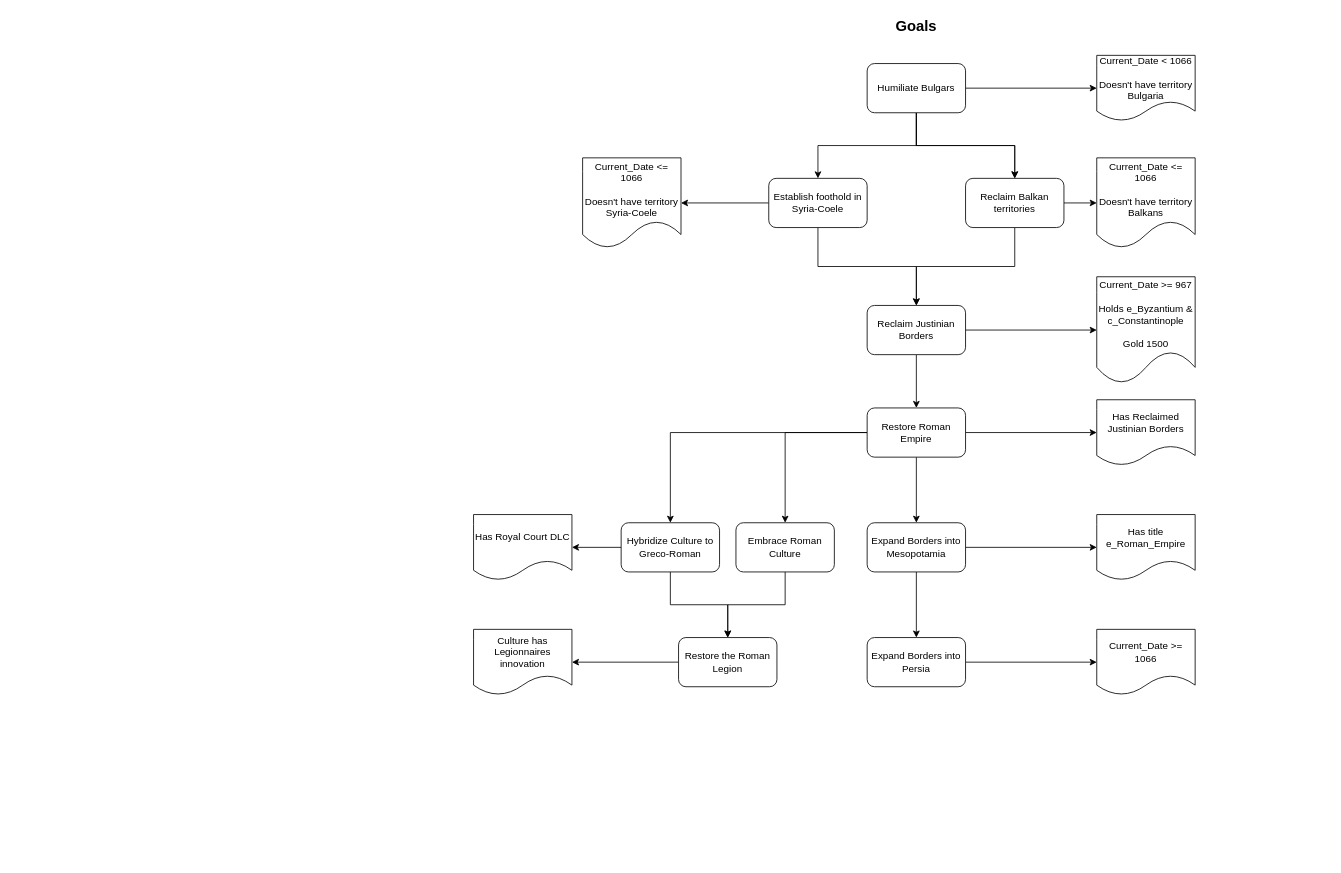
Earlier version of the draw.io diagram page "Goals" (1 of 2) of Decisions.drawio (MarsRedRover/Better-Rhomaioi). Source tidied: cells renumbered, new cells numbered last; positions are measured from the earlier drawing's top-left corner, leaving out a move shared by most shapes. Both pictures are drawn from the tidied source at 82%, with x=0, y=0 at pixel (473, 14).
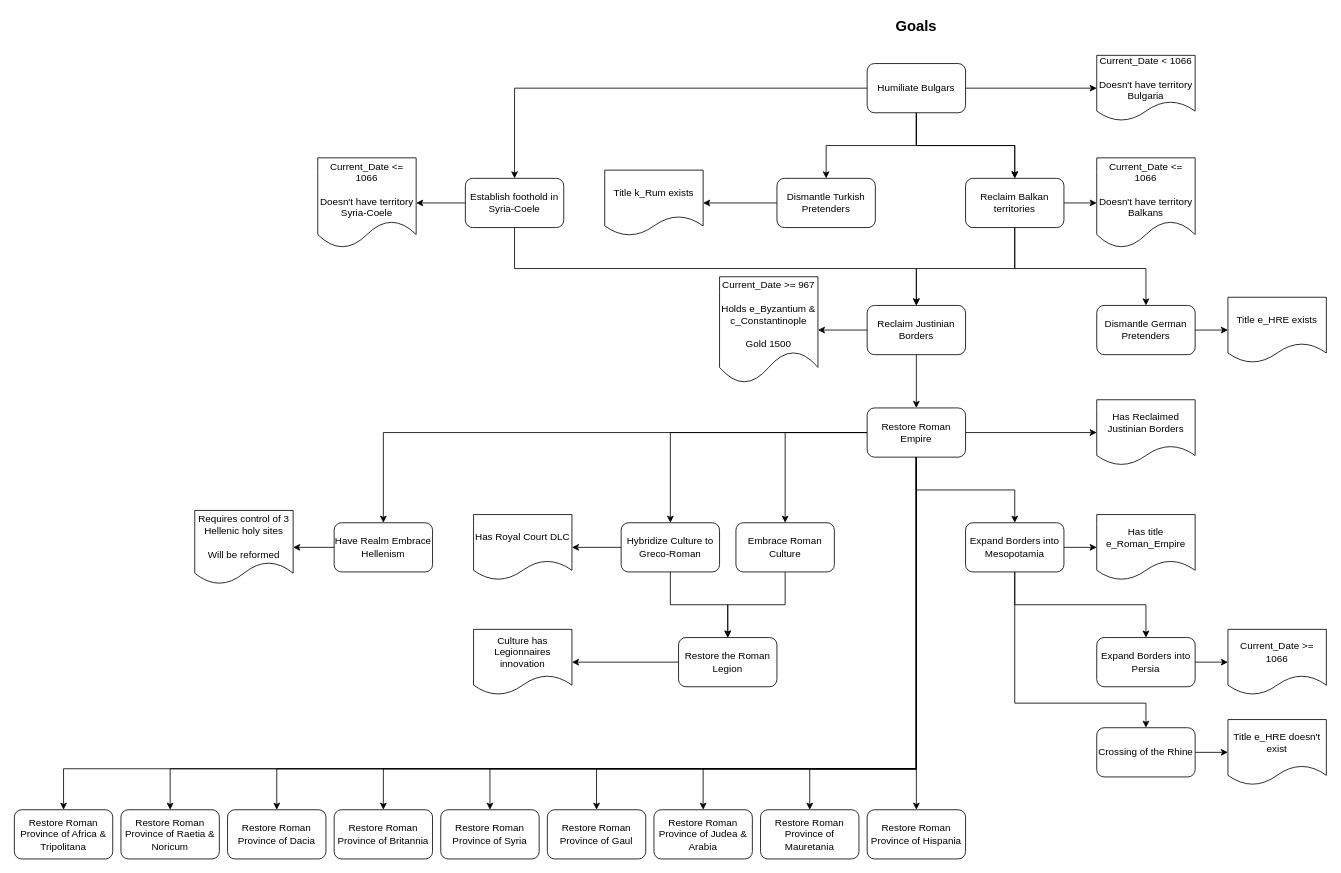
The same diagram, later.

Unchanged cells that the change refers to:
```xml
<mxCell id="6" value="Reclaim Justinian Borders" style="rounded=1;whiteSpace=wrap;html=1;" parent="1" vertex="1">
  <mxGeometry x="480" y="355" width="120" height="60" as="geometry" />
</mxCell>
<mxCell id="13" value="Restore Roman Empire" style="whiteSpace=wrap;html=1;rounded=1;" parent="1" vertex="1">
  <mxGeometry x="480" y="480" width="120" height="60" as="geometry" />
</mxCell>
<mxCell id="17" value="Reclaim Balkan territories" style="rounded=1;whiteSpace=wrap;html=1;" parent="1" vertex="1">
  <mxGeometry x="600" y="200" width="120" height="60" as="geometry" />
</mxCell>
<mxCell id="22" value="Humiliate Bulgars" style="rounded=1;whiteSpace=wrap;html=1;" parent="1" vertex="1">
  <mxGeometry x="480" y="60" width="120" height="60" as="geometry" />
</mxCell>
```

Change to the diagram source:
```diff
@@
     <mxCell id="8" value="Current_Date &amp;gt;= 967&lt;br&gt;&lt;br&gt;Holds e_Byzantium &amp;amp; c_Constantinople&lt;br&gt;&lt;br&gt;Gold 1500" style="shape=document;whiteSpace=wrap;html=1;boundedLbl=1;rounded=1;" parent="1" vertex="1">
-      <mxGeometry x="760" y="320" width="120" height="130" as="geometry" />
+      <mxGeometry x="300" y="320" width="120" height="130" as="geometry" />
     </mxCell>
@@
+    <mxCell id="43" style="edgeStyle=orthogonalEdgeStyle;rounded=0;jettySize=auto;html=1;" parent="1" edge="1" source="13" target="50">
+      <mxGeometry relative="1" as="geometry" />
+    </mxCell>
+    <mxCell id="44" style="edgeStyle=orthogonalEdgeStyle;rounded=0;jettySize=auto;html=1;entryX=0.5;entryY=0;entryDx=0;entryDy=0;" parent="1" edge="1" source="13" target="64">
+      <mxGeometry relative="1" as="geometry">
+        <Array as="points">
+          <mxPoint x="540" y="920" />
+          <mxPoint x="410" y="920" />
+        </Array>
+      </mxGeometry>
+    </mxCell>
@@
     <mxCell id="15" style="edgeStyle=orthogonalEdgeStyle;rounded=0;jettySize=auto;html=1;" parent="1" edge="1" source="17" target="6">
-      <mxGeometry relative="1" as="geometry" />
+      <mxGeometry relative="1" as="geometry">
+        <Array as="points">
+          <mxPoint x="660" y="310" />
+          <mxPoint x="540" y="310" />
+        </Array>
+      </mxGeometry>
     </mxCell>
@@
+    <mxCell id="45" style="edgeStyle=orthogonalEdgeStyle;rounded=0;jettySize=auto;html=1;entryX=0.5;entryY=0;entryDx=0;entryDy=0;" parent="1" edge="1" source="17" target="59">
+      <mxGeometry relative="1" as="geometry">
+        <Array as="points">
+          <mxPoint x="660" y="310" />
+          <mxPoint x="820" y="310" />
+        </Array>
+      </mxGeometry>
+    </mxCell>
@@
+    <mxCell id="46" style="edgeStyle=orthogonalEdgeStyle;rounded=0;jettySize=auto;html=1;entryX=0.5;entryY=0;entryDx=0;entryDy=0;" parent="1" edge="1" source="22" target="57">
+      <mxGeometry relative="1" as="geometry" />
+    </mxCell>
@@
-    <mxCell id="26" style="edgeStyle=orthogonalEdgeStyle;rounded=0;jettySize=auto;html=1;entryX=0.5;entryY=0;entryDx=0;entryDy=0;" parent="1" edge="1" source="27" target="6">
-      <mxGeometry relative="1" as="geometry" />
+    <mxCell id="26" style="edgeStyle=orthogonalEdgeStyle;rounded=0;jettySize=auto;html=1;entryX=0.5;entryY=0;entryDx=0;entryDy=0;exitX=0.5;exitY=1;exitDx=0;exitDy=0;" parent="1" edge="1" source="27" target="6">
+      <mxGeometry relative="1" as="geometry">
+        <Array as="points">
+          <mxPoint x="50" y="310" />
+          <mxPoint x="540" y="310" />
+        </Array>
+      </mxGeometry>
     </mxCell>
     <mxCell id="27" value="Establish foothold in Syria-Coele" style="whiteSpace=wrap;html=1;rounded=1;" parent="1" vertex="1">
-      <mxGeometry x="360" y="200" width="120" height="60" as="geometry" />
+      <mxGeometry x="-10" y="200" width="120" height="60" as="geometry" />
     </mxCell>
     <mxCell id="28" value="Current_Date &amp;lt;= 1066&lt;br&gt;&lt;br&gt;Doesn't have territory Syria-Coele" style="shape=document;whiteSpace=wrap;html=1;boundedLbl=1;rounded=1;" parent="1" vertex="1">
-      <mxGeometry x="133" y="175" width="120" height="110" as="geometry" />
+      <mxGeometry x="-190" y="175" width="120" height="110" as="geometry" />
     </mxCell>
@@
     <mxCell id="30" style="edgeStyle=orthogonalEdgeStyle;rounded=0;jettySize=auto;html=1;" parent="1" edge="1" source="31" target="34">
-      <mxGeometry relative="1" as="geometry" />
+      <mxGeometry relative="1" as="geometry">
+        <Array as="points">
+          <mxPoint x="660" y="720" />
+          <mxPoint x="820" y="720" />
+        </Array>
+      </mxGeometry>
     </mxCell>
+    <mxCell id="47" style="edgeStyle=orthogonalEdgeStyle;rounded=0;jettySize=auto;html=1;" parent="1" edge="1" source="31" target="53">
+      <mxGeometry relative="1" as="geometry">
+        <Array as="points">
+          <mxPoint x="660" y="840" />
+          <mxPoint x="820" y="840" />
+        </Array>
+      </mxGeometry>
+    </mxCell>
+    <mxCell id="48" style="edgeStyle=orthogonalEdgeStyle;rounded=0;jettySize=auto;html=1;entryX=0.5;entryY=0;entryDx=0;entryDy=0;exitX=0.5;exitY=1;exitDx=0;exitDy=0;" parent="1" edge="1" source="13" target="61">
+      <mxGeometry relative="1" as="geometry" />
+    </mxCell>
     <mxCell id="31" value="Expand Borders into Mesopotamia" style="whiteSpace=wrap;html=1;rounded=1;" parent="1" vertex="1">
-      <mxGeometry x="480" y="620" width="120" height="60" as="geometry" />
+      <mxGeometry x="600" y="620" width="120" height="60" as="geometry" />
     </mxCell>
@@
     <mxCell id="34" value="Expand Borders into Persia" style="whiteSpace=wrap;html=1;rounded=1;" parent="1" vertex="1">
-      <mxGeometry x="480" y="760" width="120" height="60" as="geometry" />
+      <mxGeometry x="760" y="760" width="120" height="60" as="geometry" />
     </mxCell>
     <mxCell id="35" value="Current_Date &amp;gt;= 1066" style="shape=document;whiteSpace=wrap;html=1;boundedLbl=1;rounded=1;" parent="1" vertex="1">
-      <mxGeometry x="760" y="750" width="120" height="80" as="geometry" />
+      <mxGeometry x="920" y="750" width="120" height="80" as="geometry" />
     </mxCell>
@@
+    <mxCell id="49" style="edgeStyle=orthogonalEdgeStyle;rounded=0;jettySize=auto;html=1;" parent="1" edge="1" source="50" target="51">
+      <mxGeometry relative="1" as="geometry" />
+    </mxCell>
+    <mxCell id="50" value="Have Realm Embrace Hellenism" style="whiteSpace=wrap;html=1;rounded=1;" parent="1" vertex="1">
+      <mxGeometry x="-170" y="620" width="120" height="60" as="geometry" />
+    </mxCell>
+    <mxCell id="51" value="Requires control of 3 Hellenic holy sites&lt;br&gt;&lt;br&gt;Will be reformed" style="shape=document;whiteSpace=wrap;html=1;boundedLbl=1;rounded=1;" parent="1" vertex="1">
+      <mxGeometry x="-340" y="605" width="120" height="90" as="geometry" />
+    </mxCell>
+    <mxCell id="52" style="edgeStyle=orthogonalEdgeStyle;rounded=0;jettySize=auto;html=1;" parent="1" edge="1" source="53" target="54">
+      <mxGeometry relative="1" as="geometry" />
+    </mxCell>
+    <mxCell id="53" value="Crossing of the Rhine" style="whiteSpace=wrap;html=1;rounded=1;" parent="1" vertex="1">
+      <mxGeometry x="760" y="870" width="120" height="60" as="geometry" />
+    </mxCell>
+    <mxCell id="54" value="Title e_HRE doesn't exist" style="shape=document;whiteSpace=wrap;html=1;boundedLbl=1;rounded=1;" parent="1" vertex="1">
+      <mxGeometry x="920" y="860" width="120" height="80" as="geometry" />
+    </mxCell>
+    <mxCell id="55" value="Title k_Rum exists" style="shape=document;whiteSpace=wrap;html=1;boundedLbl=1;rounded=1;" parent="1" vertex="1">
+      <mxGeometry x="160" y="190" width="120" height="80" as="geometry" />
+    </mxCell>
+    <mxCell id="56" style="edgeStyle=orthogonalEdgeStyle;rounded=0;jettySize=auto;html=1;entryX=1;entryY=0.5;entryDx=0;entryDy=0;" parent="1" edge="1" source="57" target="55">
+      <mxGeometry relative="1" as="geometry" />
+    </mxCell>
+    <mxCell id="57" value="Dismantle Turkish Pretenders" style="rounded=1;whiteSpace=wrap;html=1;" parent="1" vertex="1">
+      <mxGeometry x="370" y="200" width="120" height="60" as="geometry" />
+    </mxCell>
+    <mxCell id="58" style="edgeStyle=orthogonalEdgeStyle;rounded=0;jettySize=auto;html=1;" parent="1" edge="1" source="59" target="60">
+      <mxGeometry relative="1" as="geometry" />
+    </mxCell>
+    <mxCell id="59" value="Dismantle German Pretenders" style="rounded=1;whiteSpace=wrap;html=1;" parent="1" vertex="1">
+      <mxGeometry x="760" y="355" width="120" height="60" as="geometry" />
+    </mxCell>
+    <mxCell id="60" value="Title e_HRE exists" style="shape=document;whiteSpace=wrap;html=1;boundedLbl=1;rounded=1;" parent="1" vertex="1">
+      <mxGeometry x="920" y="345" width="120" height="80" as="geometry" />
+    </mxCell>
+    <mxCell id="61" value="Restore Roman Province of Hispania" style="rounded=1;whiteSpace=wrap;html=1;" parent="1" vertex="1">
+      <mxGeometry x="480" y="970" width="120" height="60" as="geometry" />
+    </mxCell>
+    <mxCell id="62" value="Restore Roman Province of Gaul" style="rounded=1;whiteSpace=wrap;html=1;" parent="1" vertex="1">
+      <mxGeometry x="90" y="970" width="120" height="60" as="geometry" />
+    </mxCell>
+    <mxCell id="63" value="Restore Roman Province of Britannia" style="rounded=1;whiteSpace=wrap;html=1;" parent="1" vertex="1">
+      <mxGeometry x="-170" y="970" width="120" height="60" as="geometry" />
+    </mxCell>
+    <mxCell id="64" value="Restore Roman Province of Mauretania" style="rounded=1;whiteSpace=wrap;html=1;" parent="1" vertex="1">
+      <mxGeometry x="350" y="970" width="120" height="60" as="geometry" />
+    </mxCell>
+    <mxCell id="65" value="Restore Roman Province of Africa &amp;amp; Tripolitana" style="rounded=1;whiteSpace=wrap;html=1;" parent="1" vertex="1">
+      <mxGeometry x="-560" y="970" width="120" height="60" as="geometry" />
+    </mxCell>
+    <mxCell id="66" value="Restore Roman Province of Syria" style="rounded=1;whiteSpace=wrap;html=1;" parent="1" vertex="1">
+      <mxGeometry x="-40" y="970" width="120" height="60" as="geometry" />
+    </mxCell>
+    <mxCell id="67" value="Restore Roman Province of Judea &amp;amp; Arabia" style="rounded=1;whiteSpace=wrap;html=1;" parent="1" vertex="1">
+      <mxGeometry x="220" y="970" width="120" height="60" as="geometry" />
+    </mxCell>
+    <mxCell id="68" style="edgeStyle=orthogonalEdgeStyle;rounded=0;jettySize=auto;html=1;entryX=0.5;entryY=0;entryDx=0;entryDy=0;exitX=0.5;exitY=1;exitDx=0;exitDy=0;" parent="1" edge="1" source="13" target="67">
+      <mxGeometry relative="1" as="geometry">
+        <Array as="points">
+          <mxPoint x="540" y="920" />
+          <mxPoint x="280" y="920" />
+        </Array>
+      </mxGeometry>
+    </mxCell>
+    <mxCell id="69" style="edgeStyle=orthogonalEdgeStyle;rounded=0;jettySize=auto;html=1;entryX=0.5;entryY=0;entryDx=0;entryDy=0;exitX=0.5;exitY=1;exitDx=0;exitDy=0;" parent="1" edge="1" source="13" target="62">
+      <mxGeometry relative="1" as="geometry">
+        <Array as="points">
+          <mxPoint x="540" y="920" />
+          <mxPoint x="150" y="920" />
+        </Array>
+      </mxGeometry>
+    </mxCell>
+    <mxCell id="70" style="edgeStyle=orthogonalEdgeStyle;rounded=0;jettySize=auto;html=1;entryX=0.5;entryY=0;entryDx=0;entryDy=0;exitX=0.5;exitY=1;exitDx=0;exitDy=0;" parent="1" edge="1" source="13" target="66">
+      <mxGeometry relative="1" as="geometry">
+        <Array as="points">
+          <mxPoint x="540" y="920" />
+          <mxPoint x="20" y="920" />
+        </Array>
+      </mxGeometry>
+    </mxCell>
+    <mxCell id="71" value="Restore Roman Province of Dacia" style="rounded=1;whiteSpace=wrap;html=1;" parent="1" vertex="1">
+      <mxGeometry x="-300" y="970" width="120" height="60" as="geometry" />
+    </mxCell>
+    <mxCell id="72" value="Restore Roman Province of Raetia &amp;amp; Noricum" style="rounded=1;whiteSpace=wrap;html=1;" parent="1" vertex="1">
+      <mxGeometry x="-430" y="970" width="120" height="60" as="geometry" />
+    </mxCell>
+    <mxCell id="73" style="edgeStyle=orthogonalEdgeStyle;rounded=0;jettySize=auto;html=1;entryX=0.5;entryY=0;entryDx=0;entryDy=0;exitX=0.5;exitY=1;exitDx=0;exitDy=0;" parent="1" edge="1" source="13" target="63">
+      <mxGeometry relative="1" as="geometry">
+        <Array as="points">
+          <mxPoint x="540" y="920" />
+          <mxPoint x="-110" y="920" />
+        </Array>
+      </mxGeometry>
+    </mxCell>
+    <mxCell id="74" style="edgeStyle=orthogonalEdgeStyle;rounded=0;jettySize=auto;html=1;entryX=0.5;entryY=0;entryDx=0;entryDy=0;exitX=0.5;exitY=1;exitDx=0;exitDy=0;" parent="1" edge="1" source="13" target="71">
+      <mxGeometry relative="1" as="geometry">
+        <Array as="points">
+          <mxPoint x="540" y="920" />
+          <mxPoint x="-240" y="920" />
+        </Array>
+      </mxGeometry>
+    </mxCell>
+    <mxCell id="75" style="edgeStyle=orthogonalEdgeStyle;rounded=0;jettySize=auto;html=1;entryX=0.5;entryY=0;entryDx=0;entryDy=0;exitX=0.5;exitY=1;exitDx=0;exitDy=0;" parent="1" edge="1" source="13" target="72">
+      <mxGeometry relative="1" as="geometry">
+        <Array as="points">
+          <mxPoint x="540" y="920" />
+          <mxPoint x="-370" y="920" />
+        </Array>
+      </mxGeometry>
+    </mxCell>
+    <mxCell id="76" style="edgeStyle=orthogonalEdgeStyle;rounded=0;jettySize=auto;html=1;entryX=0.5;entryY=0;entryDx=0;entryDy=0;exitX=0.5;exitY=1;exitDx=0;exitDy=0;" parent="1" edge="1" source="13" target="65">
+      <mxGeometry relative="1" as="geometry">
+        <Array as="points">
+          <mxPoint x="540" y="920" />
+          <mxPoint x="-500" y="920" />
+        </Array>
+      </mxGeometry>
+    </mxCell>
```
